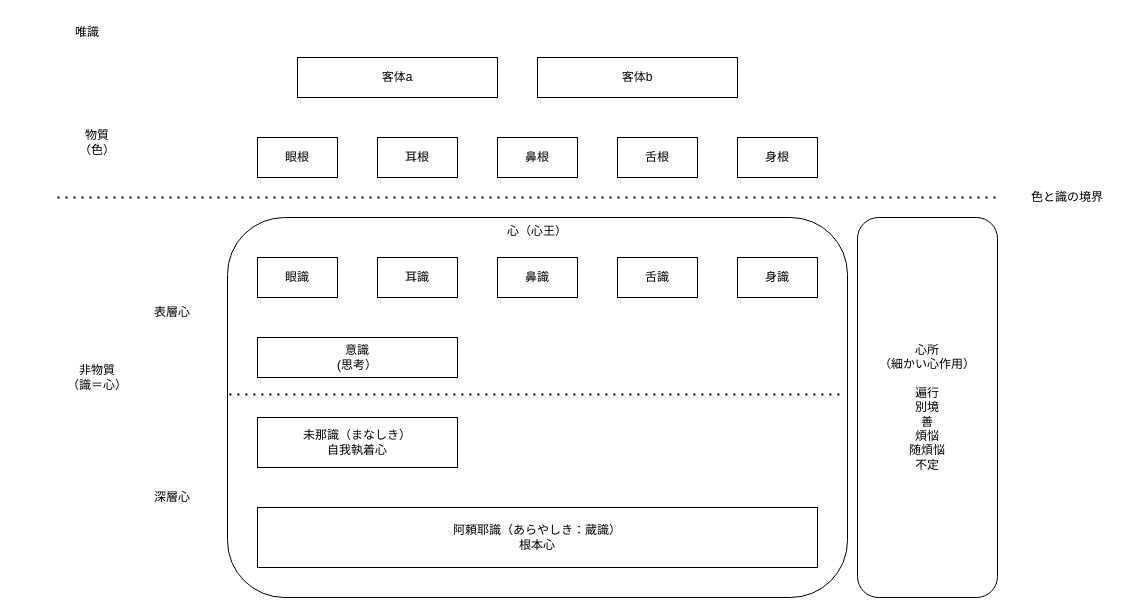
YossyIto/booklog_drowio keeps this draw.io diagram as yuishiki.drawio. Above is the earlier version. Source tidied: cells renumbered, new cells numbered last; positions are measured from the earlier drawing's top-left corner, leaving out a move shared by most shapes. Both pictures are drawn from the tidied source at 100%, with x=0, y=0 at pixel (57, 17).
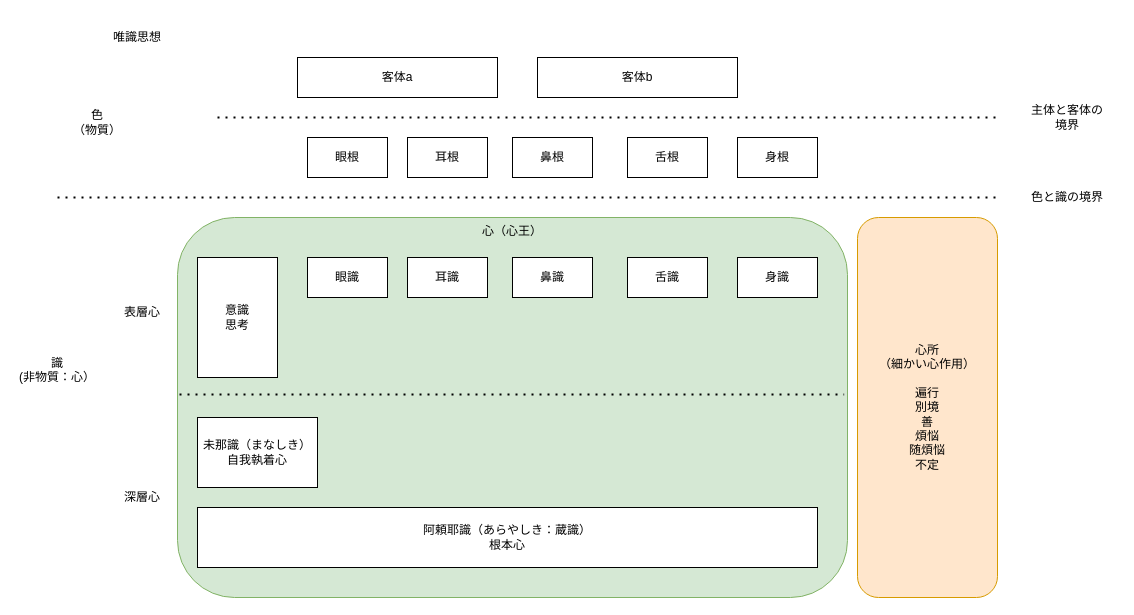
Above is the later version.

Commit message (it also covers changes not shown here):
yuishiki.drawio を更新します

Diff of the diagram source:
```diff
@@
-    <mxCell id="2" value="心（心王）" style="rounded=1;whiteSpace=wrap;html=1;verticalAlign=top;" parent="1" vertex="1">
-      <mxGeometry x="170" y="200" width="620" height="380" as="geometry" />
+    <mxCell id="2" value="心（心王）" style="rounded=1;whiteSpace=wrap;html=1;verticalAlign=top;fillColor=#d5e8d4;strokeColor=#82b366;" parent="1" vertex="1">
+      <mxGeometry x="120" y="200" width="670" height="380" as="geometry" />
     </mxCell>
-    <mxCell id="3" value="唯識" style="text;html=1;align=center;verticalAlign=middle;whiteSpace=wrap;rounded=0;" parent="1" vertex="1">
-      <mxGeometry width="60" height="30" as="geometry" />
+    <mxCell id="3" value="唯識思想" style="text;html=1;align=center;verticalAlign=middle;whiteSpace=wrap;rounded=0;" parent="1" vertex="1">
+      <mxGeometry width="160" height="40" as="geometry" />
     </mxCell>
-    <mxCell id="4" value="物質&lt;div&gt;（色）&lt;/div&gt;" style="text;html=1;align=center;verticalAlign=middle;whiteSpace=wrap;rounded=0;" parent="1" vertex="1">
-      <mxGeometry y="100" width="80" height="50" as="geometry" />
+    <mxCell id="4" value="色&lt;br&gt;&lt;span style=&quot;background-color: transparent; color: light-dark(rgb(0, 0, 0), rgb(255, 255, 255));&quot;&gt;（物質&lt;/span&gt;&lt;span style=&quot;background-color: transparent; color: light-dark(rgb(0, 0, 0), rgb(255, 255, 255));&quot;&gt;）&lt;/span&gt;" style="text;html=1;align=center;verticalAlign=middle;whiteSpace=wrap;rounded=0;" parent="1" vertex="1">
+      <mxGeometry y="80" width="80" height="50" as="geometry" />
     </mxCell>
-    <mxCell id="5" value="非物質&lt;div&gt;（識＝心）&lt;/div&gt;" style="text;html=1;align=center;verticalAlign=middle;whiteSpace=wrap;rounded=0;" parent="1" vertex="1">
-      <mxGeometry y="320" width="80" height="80" as="geometry" />
+    <mxCell id="5" value="&lt;div&gt;識&lt;/div&gt;(非物質：心）&lt;div&gt;&lt;div&gt;&lt;br&gt;&lt;/div&gt;&lt;/div&gt;" style="text;html=1;align=center;verticalAlign=middle;whiteSpace=wrap;rounded=0;" parent="1" vertex="1">
+      <mxGeometry x="-40" y="320" width="80" height="80" as="geometry" />
     </mxCell>
     <mxCell id="6" value="眼根" style="rounded=0;whiteSpace=wrap;html=1;" parent="1" vertex="1">
-      <mxGeometry x="200" y="120" width="80" height="40" as="geometry" />
+      <mxGeometry x="250" y="120" width="80" height="40" as="geometry" />
     </mxCell>
     <mxCell id="7" value="耳根" style="rounded=0;whiteSpace=wrap;html=1;" parent="1" vertex="1">
-      <mxGeometry x="320" y="120" width="80" height="40" as="geometry" />
+      <mxGeometry x="350" y="120" width="80" height="40" as="geometry" />
     </mxCell>
     <mxCell id="8" value="鼻根" style="rounded=0;whiteSpace=wrap;html=1;" parent="1" vertex="1">
-      <mxGeometry x="440" y="120" width="80" height="40" as="geometry" />
+      <mxGeometry x="455" y="120" width="80" height="40" as="geometry" />
     </mxCell>
     <mxCell id="9" value="舌根" style="rounded=0;whiteSpace=wrap;html=1;" parent="1" vertex="1">
-      <mxGeometry x="560" y="120" width="80" height="40" as="geometry" />
+      <mxGeometry x="570" y="120" width="80" height="40" as="geometry" />
     </mxCell>
@@
     <mxCell id="11" value="耳識" style="rounded=0;whiteSpace=wrap;html=1;" parent="1" vertex="1">
-      <mxGeometry x="320" y="240" width="80" height="40" as="geometry" />
+      <mxGeometry x="350" y="240" width="80" height="40" as="geometry" />
     </mxCell>
     <mxCell id="12" value="眼識" style="rounded=0;whiteSpace=wrap;html=1;" parent="1" vertex="1">
-      <mxGeometry x="200" y="240" width="80" height="40" as="geometry" />
+      <mxGeometry x="250" y="240" width="80" height="40" as="geometry" />
     </mxCell>
     <mxCell id="13" value="鼻識" style="rounded=0;whiteSpace=wrap;html=1;" parent="1" vertex="1">
-      <mxGeometry x="440" y="240" width="80" height="40" as="geometry" />
+      <mxGeometry x="455" y="240" width="80" height="40" as="geometry" />
     </mxCell>
     <mxCell id="14" value="舌識" style="rounded=0;whiteSpace=wrap;html=1;" parent="1" vertex="1">
-      <mxGeometry x="560" y="240" width="80" height="40" as="geometry" />
+      <mxGeometry x="570" y="240" width="80" height="40" as="geometry" />
     </mxCell>
@@
-    <mxCell id="16" value="意識&lt;div&gt;(思考）&lt;/div&gt;" style="rounded=0;whiteSpace=wrap;html=1;" parent="1" vertex="1">
-      <mxGeometry x="200" y="320" width="200" height="40" as="geometry" />
+    <mxCell id="16" value="意識&lt;div&gt;思考&lt;/div&gt;" style="rounded=0;whiteSpace=wrap;html=1;" parent="1" vertex="1">
+      <mxGeometry x="140" y="240" width="80" height="120" as="geometry" />
     </mxCell>
@@
     <mxCell id="19" value="未那識（まなしき）&lt;div&gt;自我執着心&lt;/div&gt;" style="rounded=0;whiteSpace=wrap;html=1;" parent="1" vertex="1">
-      <mxGeometry x="200" y="400" width="200" height="50" as="geometry" />
+      <mxGeometry x="140" y="400" width="120" height="70" as="geometry" />
     </mxCell>
     <mxCell id="20" value="阿頼耶識（あらやしき：蔵識）&lt;div&gt;根本心&lt;/div&gt;" style="rounded=0;whiteSpace=wrap;html=1;" parent="1" vertex="1">
-      <mxGeometry x="200" y="490" width="560" height="60" as="geometry" />
+      <mxGeometry x="140" y="490" width="620" height="60" as="geometry" />
     </mxCell>
-    <mxCell id="21" value="心所&lt;div&gt;&lt;div&gt;（細かい心作用）&lt;/div&gt;&lt;/div&gt;&lt;div&gt;&lt;br&gt;&lt;/div&gt;&lt;div&gt;遍行&lt;/div&gt;&lt;div&gt;別境&lt;/div&gt;&lt;div&gt;善&lt;/div&gt;&lt;div&gt;煩悩&lt;/div&gt;&lt;div&gt;随&lt;span style=&quot;background-color: transparent; color: light-dark(rgb(0, 0, 0), rgb(255, 255, 255));&quot;&gt;煩悩&lt;/span&gt;&lt;/div&gt;&lt;div&gt;&lt;span style=&quot;background-color: transparent; color: light-dark(rgb(0, 0, 0), rgb(255, 255, 255));&quot;&gt;不定&lt;/span&gt;&lt;/div&gt;" style="rounded=1;whiteSpace=wrap;html=1;" parent="1" vertex="1">
+    <mxCell id="21" value="心所&lt;div&gt;&lt;div&gt;（細かい心作用）&lt;/div&gt;&lt;/div&gt;&lt;div&gt;&lt;br&gt;&lt;/div&gt;&lt;div&gt;遍行&lt;/div&gt;&lt;div&gt;別境&lt;/div&gt;&lt;div&gt;善&lt;/div&gt;&lt;div&gt;煩悩&lt;/div&gt;&lt;div&gt;随&lt;span style=&quot;background-color: transparent; color: light-dark(rgb(0, 0, 0), rgb(255, 255, 255));&quot;&gt;煩悩&lt;/span&gt;&lt;/div&gt;&lt;div&gt;&lt;span style=&quot;background-color: transparent; color: light-dark(rgb(0, 0, 0), rgb(255, 255, 255));&quot;&gt;不定&lt;/span&gt;&lt;/div&gt;" style="rounded=1;whiteSpace=wrap;html=1;fillColor=#ffe6cc;strokeColor=#d79b00;" parent="1" vertex="1">
       <mxGeometry x="800" y="200" width="140" height="380" as="geometry" />
     </mxCell>
     <mxCell id="22" value="表層心" style="text;html=1;align=center;verticalAlign=middle;whiteSpace=wrap;rounded=0;" parent="1" vertex="1">
-      <mxGeometry x="70" y="240" width="90" height="110" as="geometry" />
+      <mxGeometry x="40" y="240" width="90" height="110" as="geometry" />
     </mxCell>
     <mxCell id="23" value="深層心" style="text;html=1;align=center;verticalAlign=middle;whiteSpace=wrap;rounded=0;" parent="1" vertex="1">
-      <mxGeometry x="70" y="410" width="90" height="140" as="geometry" />
+      <mxGeometry x="40" y="410" width="90" height="140" as="geometry" />
     </mxCell>
@@
+    <mxCell id="27" style="endArrow=none;dashed=1;html=1;dashPattern=1 3;strokeWidth=2;rounded=0;" parent="1" edge="1">
+      <mxGeometry relative="1" as="geometry">
+        <mxPoint x="160" y="100" as="sourcePoint" />
+        <mxPoint x="940" y="100" as="targetPoint" />
+      </mxGeometry>
+    </mxCell>
+    <mxCell id="28" value="主体と客体の&lt;div&gt;境界&lt;/div&gt;" style="text;html=1;align=center;verticalAlign=middle;whiteSpace=wrap;rounded=0;" parent="1" vertex="1">
+      <mxGeometry x="960" y="80" width="100" height="40" as="geometry" />
+    </mxCell>
```
